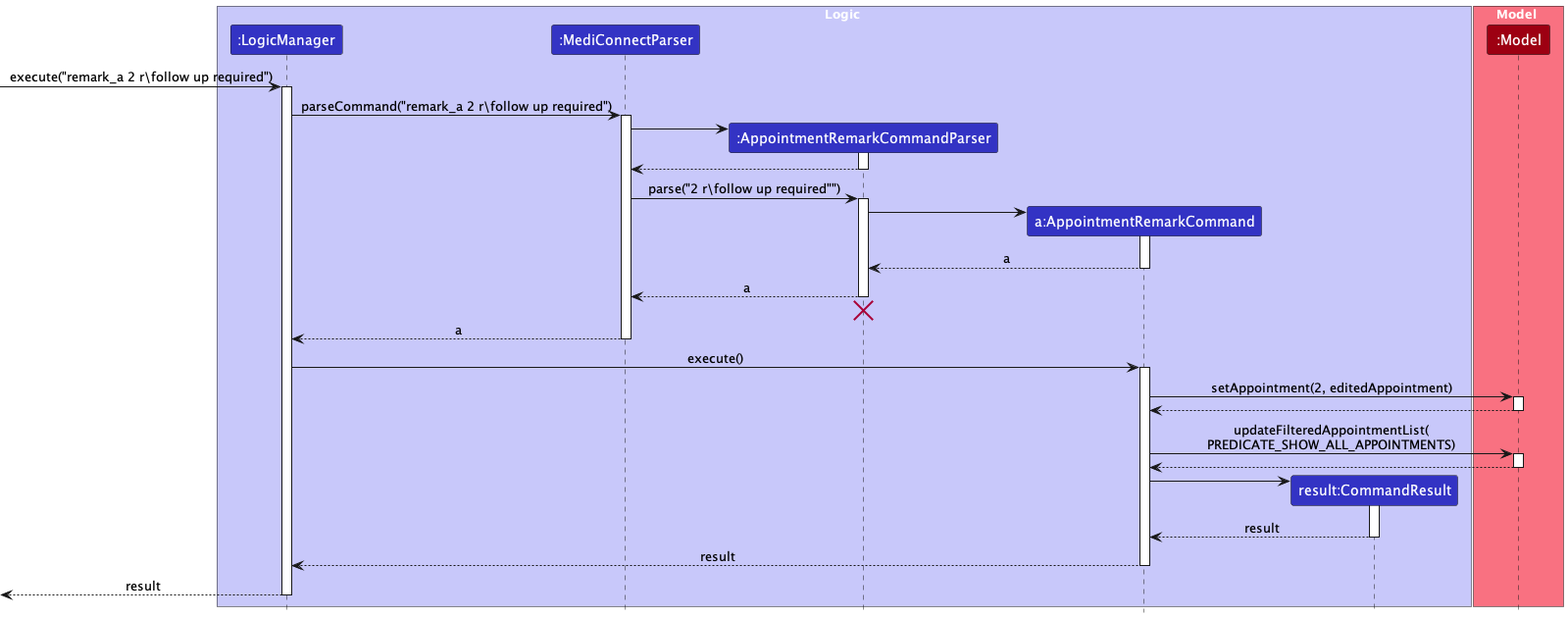
The PlantUML diagram docs/images/EditRemarkSequenceDiagram.png in yanghengtang/tp, before a commit.
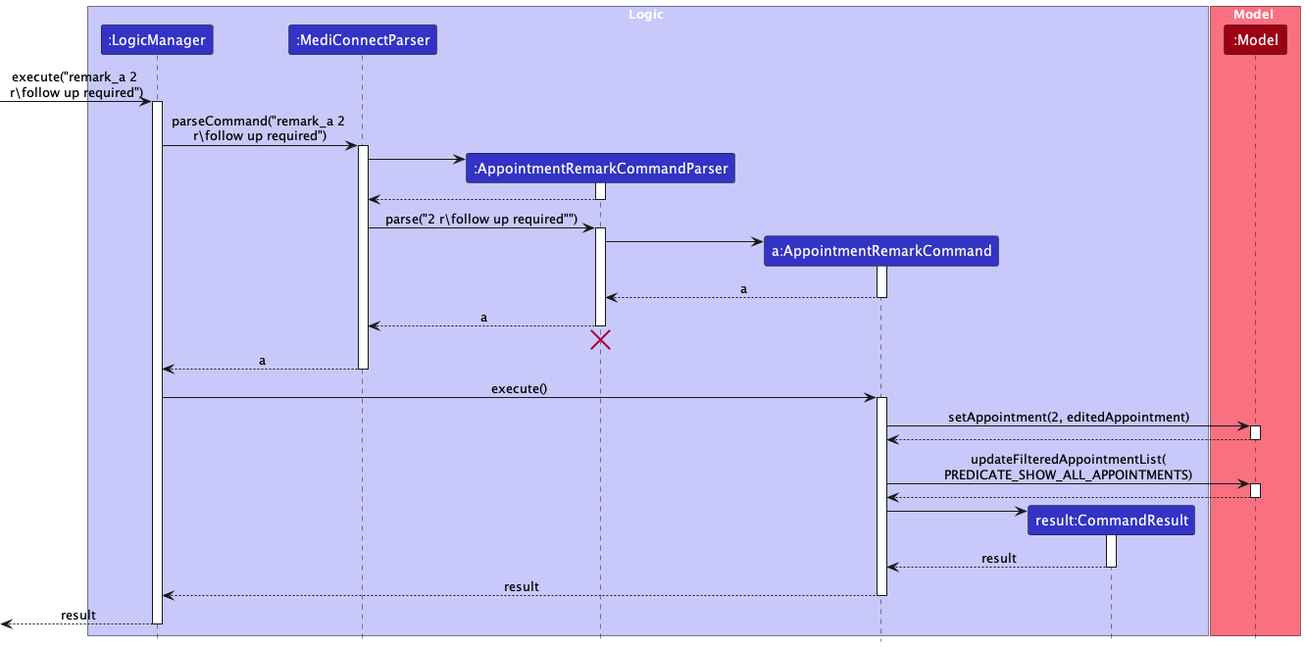
Above is the later version.

Commit message:
Update Sequence Diagram

Diff of the diagram source:
```diff
@@ -14,10 +14,10 @@
 participant ":Model" as Model MODEL_COLOR
 end box
 
-[-> LogicManager : execute("remark_a 2 r\\follow up required")
+[-> LogicManager : execute("remark_a 2 \nr\\follow up required")
 activate LogicManager
 
-LogicManager -> MediConnectParser : parseCommand("remark_a 2 r\\follow up required")
+LogicManager -> MediConnectParser : parseCommand("remark_a 2 \nr\\follow up required")
 activate MediConnectParser
 
 create AppointmentRemarkCommandParser
```
